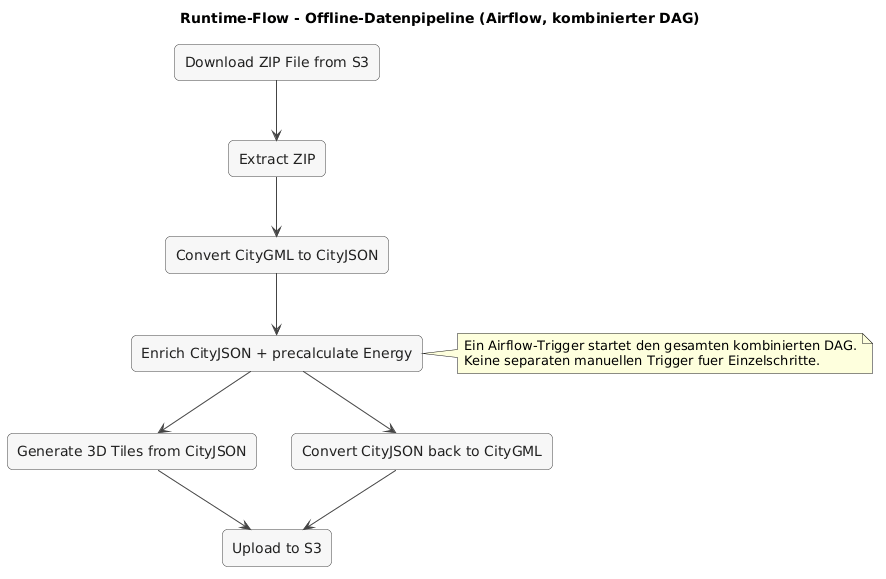
Before: docs/architecture/attachments/runtime-flow-pipeline.png, a diagram exported from PlantUML (csi-FOXBYTE/Regensburg_DigitalerEnergieZwilling_Backend).
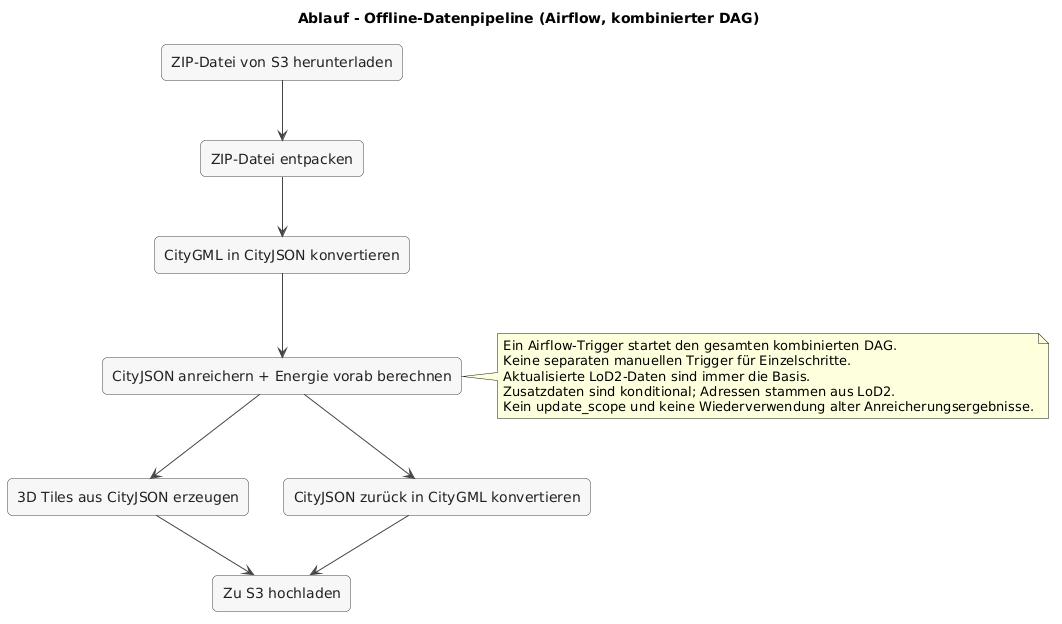
The same diagram one commit later.

Change to the diagram source:
```diff
@@ -1,5 +1,5 @@
 @startuml
-title Runtime-Flow - Offline-Datenpipeline (Airflow, kombinierter DAG)
+title Ablauf - Offline-Datenpipeline (Airflow, kombinierter DAG)
 top to bottom direction
 
 skinparam shadowing false
@@ -12,13 +12,13 @@
 }
 skinparam ArrowColor #444444
 
-rectangle "Download ZIP File from S3" as A
-rectangle "Extract ZIP" as B
-rectangle "Convert CityGML to CityJSON" as C
-rectangle "Enrich CityJSON + precalculate Energy" as D
-rectangle "Generate 3D Tiles from CityJSON" as E
-rectangle "Convert CityJSON back to CityGML" as F
-rectangle "Upload to S3" as G
+rectangle "ZIP-Datei von S3 herunterladen" as A
+rectangle "ZIP-Datei entpacken" as B
+rectangle "CityGML in CityJSON konvertieren" as C
+rectangle "CityJSON anreichern + Energie vorab berechnen" as D
+rectangle "3D Tiles aus CityJSON erzeugen" as E
+rectangle "CityJSON zurück in CityGML konvertieren" as F
+rectangle "Zu S3 hochladen" as G
 
 A --> B
 B --> C
@@ -30,6 +30,10 @@
 
 note right of D
 Ein Airflow-Trigger startet den gesamten kombinierten DAG.
-Keine separaten manuellen Trigger fuer Einzelschritte.
+Keine separaten manuellen Trigger für Einzelschritte.
+Aktualisierte LoD2-Daten sind immer die Basis.
+Zusatzdaten sind konditional; Adressen stammen aus LoD2.
+Kein update_scope und keine Wiederverwendung alter Anreicherungsergebnisse.
 end note
+
 @enduml
```
